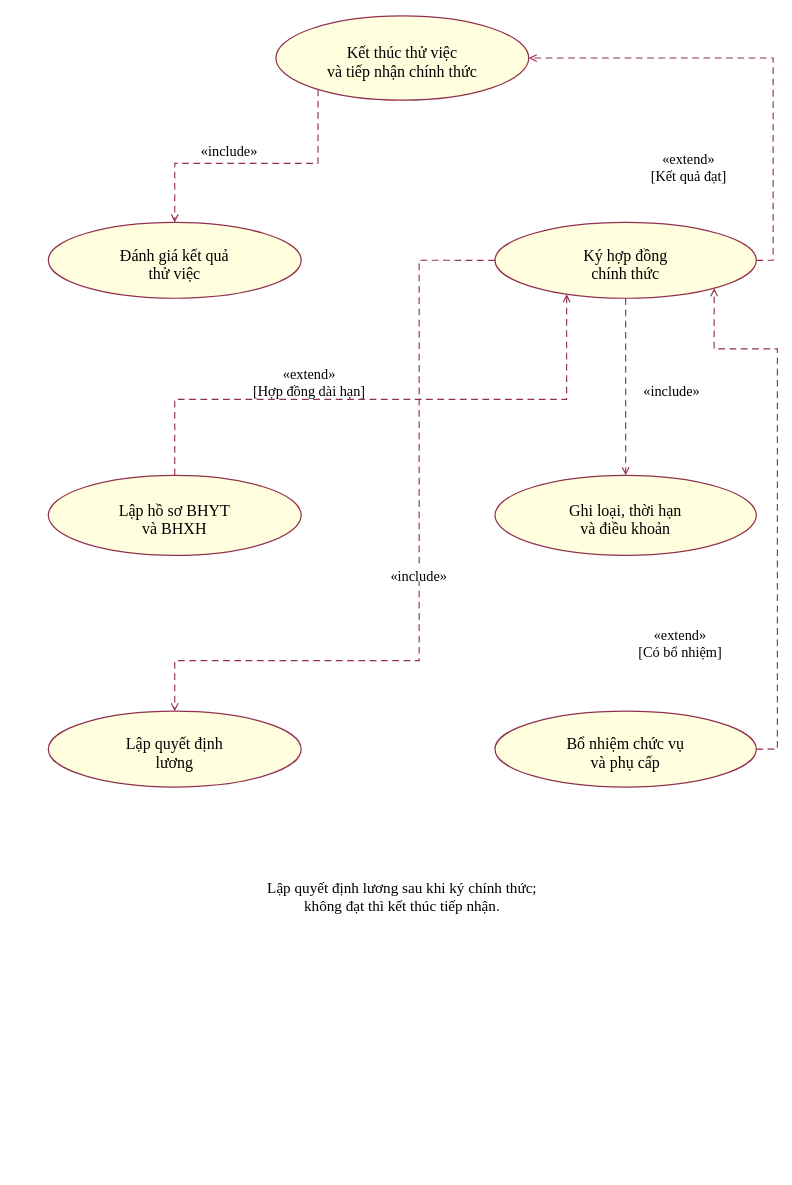
This is LAB7/UML/06_PhanRa_HopDong.drawio from kanishere55/LAB_AT_OOSD, a draw.io file, before an edit. Source tidied: cells renumbered, new cells numbered last; positions are measured from the earlier drawing's top-left corner, leaving out a move shared by most shapes. Both pictures are drawn from the tidied source at 94%, with x=0, y=0 at pixel (48, 15).
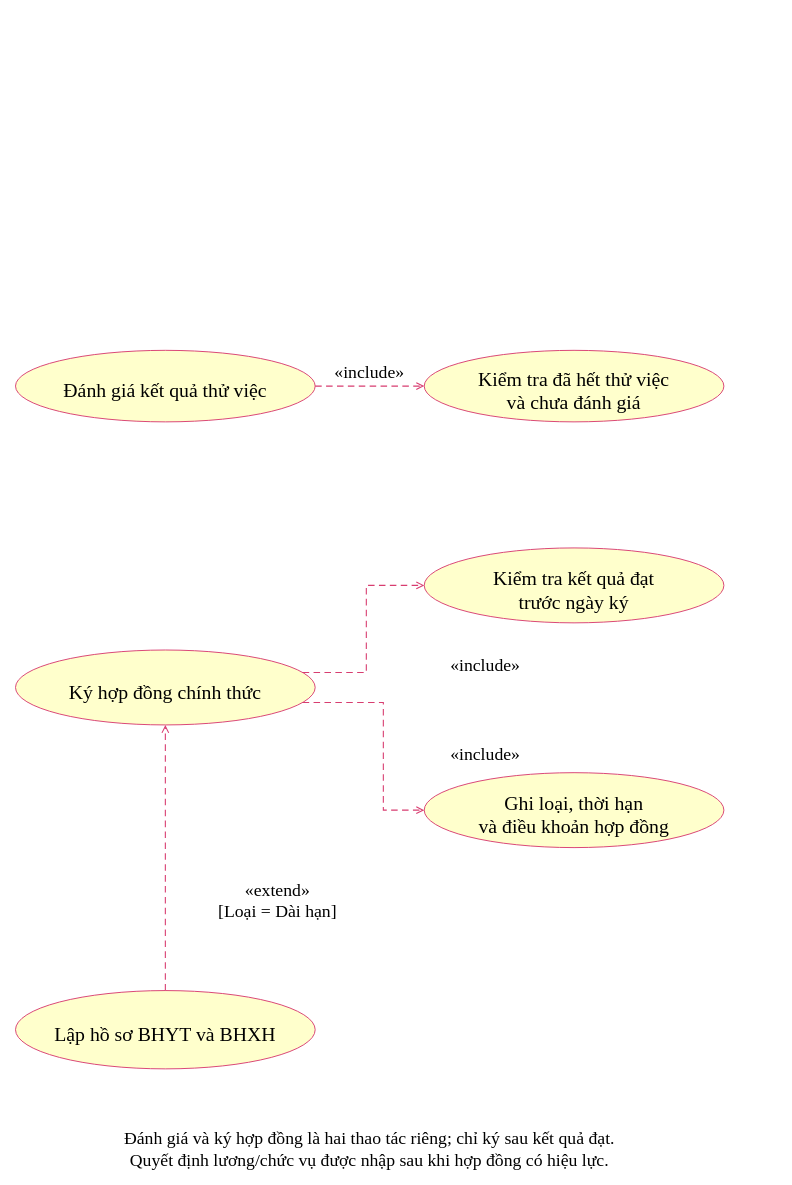
Above is the later version.

Diff of the diagram source:
```diff
@@
-    <mxCell id="2" style="html=0;fillColor=#ffffdf;strokeColor=#92314d;strokeWidth=1.3;fontFamily=Times New Roman;shape=ellipse;" parent="1" vertex="1">
-      <mxGeometry x="242" y="0.4" width="269" height="89.7" as="geometry" />
-    </mxCell>
+    <mxCell id="29" style="group;html=0;" parent="1" vertex="1">
+      <mxGeometry x="-35" y="356.2" width="318.8" height="76.1" as="geometry" />
+    </mxCell>
-    <mxCell id="3" value="Kết thúc thử việc&#10;và tiếp nhận chính thức" style="text;html=0;strokeColor=none;fillColor=none;fontFamily=Times New Roman;fontSize=17.036666666666665;fontStyle=0;align=center;verticalAlign=top;spacing=0;whiteSpace=nowrap;overflow=visible;" parent="1" vertex="1">
-      <mxGeometry x="263.2" y="25" width="226.6" height="41.6" as="geometry" />
+    <mxCell id="3" style="shape=ellipse;fillColor=#ffffcc;strokeColor=#d83d70;" parent="29" vertex="1">
+      <mxGeometry width="318.8" height="76.1" as="geometry" />
     </mxCell>
-    <mxCell id="4" style="html=0;fillColor=#ffffdf;strokeColor=#92314d;strokeWidth=1.3;fontFamily=Times New Roman;shape=ellipse;" parent="1" vertex="1">
-      <mxGeometry x="-0.1" y="220.1" width="269" height="80.7" as="geometry" />
-    </mxCell>
-    <mxCell id="5" value="Đánh giá kết quả&#10;thử việc" style="text;html=0;strokeColor=none;fillColor=none;fontFamily=Times New Roman;fontSize=17.036666666666665;fontStyle=0;align=center;verticalAlign=top;spacing=0;whiteSpace=nowrap;overflow=visible;" parent="1" vertex="1">
-      <mxGeometry x="54.5" y="240.2" width="159.8" height="41.6" as="geometry" />
+    <mxCell id="5" value="Đánh giá kết quả thử việc" style="text;html=0;strokeColor=none;fillColor=none;fontFamily=Times New Roman;fontColor=#000000;fontSize=21.012;fontStyle=0;align=center;verticalAlign=top;spacing=0;whiteSpace=nowrap;overflow=visible;" parent="29" vertex="1">
+      <mxGeometry x="49.5" y="25.6" width="219.9" height="28.4" as="geometry" />
     </mxCell>
-    <mxCell id="6" style="html=0;fillColor=#ffffdf;strokeColor=#92314d;strokeWidth=1.3;fontFamily=Times New Roman;shape=ellipse;" parent="1" vertex="1">
-      <mxGeometry x="475.1" y="220.1" width="278" height="80.7" as="geometry" />
-    </mxCell>
+    <mxCell id="30" style="group;html=0;" parent="1" vertex="1">
+      <mxGeometry x="399.8" y="356.2" width="318.8" height="76.1" as="geometry" />
+    </mxCell>
-    <mxCell id="7" value="Ký hợp đồng&#10;chính thức" style="text;html=0;strokeColor=none;fillColor=none;fontFamily=Times New Roman;fontSize=17.036666666666665;fontStyle=0;align=center;verticalAlign=top;spacing=0;whiteSpace=nowrap;overflow=visible;" parent="1" vertex="1">
-      <mxGeometry x="558" y="240.2" width="112.1" height="41.6" as="geometry" />
+    <mxCell id="7" style="shape=ellipse;fillColor=#ffffcc;strokeColor=#d83d70;" parent="30" vertex="1">
+      <mxGeometry width="318.8" height="76.1" as="geometry" />
     </mxCell>
-    <mxCell id="8" style="html=0;fillColor=#ffffdf;strokeColor=#92314d;strokeWidth=1.3;fontFamily=Times New Roman;shape=ellipse;" parent="1" vertex="1">
-      <mxGeometry x="-0.1" y="489.1" width="269" height="85.2" as="geometry" />
-    </mxCell>
-    <mxCell id="9" value="Lập hồ sơ BHYT&#10;và BHXH" style="text;html=0;strokeColor=none;fillColor=none;fontFamily=Times New Roman;fontSize=17.036666666666665;fontStyle=0;align=center;verticalAlign=top;spacing=0;whiteSpace=nowrap;overflow=visible;" parent="1" vertex="1">
-      <mxGeometry x="64" y="511.5" width="140.7" height="41.6" as="geometry" />
+    <mxCell id="9" value="Kiểm tra đã hết thử việc&#10;và chưa đánh giá" style="text;html=0;strokeColor=none;fillColor=none;fontFamily=Times New Roman;fontColor=#000000;fontSize=21.012;fontStyle=0;align=center;verticalAlign=top;spacing=0;whiteSpace=nowrap;overflow=visible;" parent="30" vertex="1">
+      <mxGeometry x="55.9" y="13.2" width="207" height="53.2" as="geometry" />
     </mxCell>
-    <mxCell id="10" style="html=0;fillColor=#ffffdf;strokeColor=#92314d;strokeWidth=1.3;fontFamily=Times New Roman;shape=ellipse;" parent="1" vertex="1">
-      <mxGeometry x="475.1" y="489.1" width="278" height="85.2" as="geometry" />
-    </mxCell>
+    <mxCell id="31" style="group;html=0;" parent="1" vertex="1">
+      <mxGeometry x="-35" y="675" width="318.8" height="79.7" as="geometry" />
+    </mxCell>
-    <mxCell id="11" value="Ghi loại, thời hạn&#10;và điều khoản" style="text;html=0;strokeColor=none;fillColor=none;fontFamily=Times New Roman;fontSize=17.036666666666665;fontStyle=0;align=center;verticalAlign=top;spacing=0;whiteSpace=nowrap;overflow=visible;" parent="1" vertex="1">
-      <mxGeometry x="524.6" y="511.5" width="178.9" height="41.6" as="geometry" />
+    <mxCell id="11" style="shape=ellipse;fillColor=#ffffcc;strokeColor=#d83d70;" parent="31" vertex="1">
+      <mxGeometry width="318.8" height="79.7" as="geometry" />
     </mxCell>
-    <mxCell id="12" style="html=0;fillColor=#ffffdf;strokeColor=#92314d;strokeWidth=1.3;fontFamily=Times New Roman;shape=ellipse;" parent="1" vertex="1">
-      <mxGeometry x="-0.1" y="740.1" width="269" height="80.7" as="geometry" />
-    </mxCell>
-    <mxCell id="13" value="Lập quyết định&#10;lương" style="text;html=0;strokeColor=none;fillColor=none;fontFamily=Times New Roman;fontSize=17.036666666666665;fontStyle=0;align=center;verticalAlign=top;spacing=0;whiteSpace=nowrap;overflow=visible;" parent="1" vertex="1">
-      <mxGeometry x="64" y="760.3" width="140.7" height="41.6" as="geometry" />
+    <mxCell id="13" value="Ký hợp đồng chính thức" style="text;html=0;strokeColor=none;fillColor=none;fontFamily=Times New Roman;fontColor=#000000;fontSize=21.012;fontStyle=0;align=center;verticalAlign=top;spacing=0;whiteSpace=nowrap;overflow=visible;" parent="31" vertex="1">
+      <mxGeometry x="55.1" y="27.5" width="208.7" height="28.4" as="geometry" />
     </mxCell>
-    <mxCell id="14" style="html=0;fillColor=#ffffdf;strokeColor=#92314d;strokeWidth=1.3;fontFamily=Times New Roman;shape=ellipse;" parent="1" vertex="1">
-      <mxGeometry x="475.1" y="740.1" width="278" height="80.7" as="geometry" />
-    </mxCell>
+    <mxCell id="32" style="group;html=0;" parent="1" vertex="1">
+      <mxGeometry x="399.8" y="566.4" width="318.8" height="79.7" as="geometry" />
+    </mxCell>
-    <mxCell id="15" value="Bổ nhiệm chức vụ&#10;và phụ cấp" style="text;html=0;strokeColor=none;fillColor=none;fontFamily=Times New Roman;fontSize=17.036666666666665;fontStyle=0;align=center;verticalAlign=top;spacing=0;whiteSpace=nowrap;overflow=visible;" parent="1" vertex="1">
-      <mxGeometry x="534.2" y="760.3" width="159.8" height="41.6" as="geometry" />
+    <mxCell id="15" style="shape=ellipse;fillColor=#ffffcc;strokeColor=#d83d70;" parent="32" vertex="1">
+      <mxGeometry width="318.8" height="79.7" as="geometry" />
     </mxCell>
-    <mxCell id="16" style="edgeStyle=none;noEdgeStyle=1;rounded=0;strokeColor=#92314d;strokeWidth=1.2;endArrow=open;endFill=0;startArrow=none;startFill=1;dashed=1;dashPattern=6 4;exitX=0.16666666666666666;exitY=0.8726779962499649;exitPerimeter=0;entryX=0.5;entryY=0.0;entryPerimeter=0;" parent="1" edge="1" source="2" target="4">
-      <mxGeometry relative="1" as="geometry">
-        <Array as="points">
-          <mxPoint x="286.8" y="157.3" />
-          <mxPoint x="134.4" y="157.3" />
-        </Array>
-      </mxGeometry>
+    <mxCell id="16" value="Kiểm tra kết quả đạt&#10;trước ngày ký" style="text;html=0;strokeColor=none;fillColor=none;fontFamily=Times New Roman;fontColor=#000000;fontSize=21.012;fontStyle=0;align=center;verticalAlign=top;spacing=0;whiteSpace=nowrap;overflow=visible;" parent="32" vertex="1">
+      <mxGeometry x="71.7" y="15.1" width="175.3" height="53.2" as="geometry" />
     </mxCell>
+    <mxCell id="33" style="group;html=0;" parent="1" vertex="1">
+      <mxGeometry x="399.8" y="805.5" width="318.8" height="79.7" as="geometry" />
+    </mxCell>
-    <mxCell id="17" value="«include»" style="text;html=0;strokeColor=none;fillColor=#ffffff;fontFamily=Times New Roman;fontSize=15.243333333333332;fontStyle=0;align=center;verticalAlign=top;spacing=0;whiteSpace=nowrap;overflow=visible;" parent="1" vertex="1">
-      <mxGeometry x="150.7" y="130.4" width="84" height="18.6" as="geometry" />
+    <mxCell id="17" style="shape=ellipse;fillColor=#ffffcc;strokeColor=#d83d70;" parent="33" vertex="1">
+      <mxGeometry width="318.8" height="79.7" as="geometry" />
     </mxCell>
-    <mxCell id="18" style="edgeStyle=none;noEdgeStyle=1;rounded=0;strokeColor=#92314d;strokeWidth=1.2;endArrow=open;endFill=0;startArrow=none;startFill=1;dashed=1;dashPattern=6 4;exitX=1.0;exitY=0.5;exitPerimeter=0;entryX=1.0;entryY=0.5;entryPerimeter=0;" parent="1" edge="1" source="6" target="2">
-      <mxGeometry relative="1" as="geometry">
-        <Array as="points">
-          <mxPoint x="771" y="260.4" />
-          <mxPoint x="771" y="45.2" />
-        </Array>
-      </mxGeometry>
+    <mxCell id="18" value="Ghi loại, thời hạn&#10;và điều khoản hợp đồng" style="text;html=0;strokeColor=none;fillColor=none;fontFamily=Times New Roman;fontColor=#000000;fontSize=21.012;fontStyle=0;align=center;verticalAlign=top;spacing=0;whiteSpace=nowrap;overflow=visible;" parent="33" vertex="1">
+      <mxGeometry x="56.2" y="15.1" width="206.5" height="53.2" as="geometry" />
     </mxCell>
+    <mxCell id="34" style="group;html=0;" parent="1" vertex="1">
+      <mxGeometry x="-35" y="1037.3" width="318.8" height="83.3" as="geometry" />
+    </mxCell>
-    <mxCell id="19" value="«extend»&#10;[Kết quả đạt]" style="text;html=0;strokeColor=none;fillColor=#ffffff;fontFamily=Times New Roman;fontSize=15.243333333333332;fontStyle=0;align=center;verticalAlign=top;spacing=0;whiteSpace=nowrap;overflow=visible;" parent="1" vertex="1">
-      <mxGeometry x="622.3" y="139.4" width="118.1" height="37.2" as="geometry" />
+    <mxCell id="19" style="shape=ellipse;fillColor=#ffffcc;strokeColor=#d83d70;" parent="34" vertex="1">
+      <mxGeometry width="318.8" height="83.3" as="geometry" />
     </mxCell>
-    <mxCell id="20" style="edgeStyle=none;noEdgeStyle=1;rounded=0;strokeColor=#92314d;strokeWidth=1.2;endArrow=open;endFill=0;startArrow=none;startFill=1;dashed=1;dashPattern=6 4;exitX=0.5;exitY=1.0;exitPerimeter=0;entryX=0.5;entryY=0.0;entryPerimeter=0;" parent="1" edge="1" source="6" target="10">
-      <mxGeometry relative="1" as="geometry" />
+    <mxCell id="20" value="Lập hồ sơ BHYT và BHXH" style="text;html=0;strokeColor=none;fillColor=none;fontFamily=Times New Roman;fontColor=#000000;fontSize=21.012;fontStyle=0;align=center;verticalAlign=top;spacing=0;whiteSpace=nowrap;overflow=visible;" parent="34" vertex="1">
+      <mxGeometry x="39.4" y="29.3" width="240" height="28.4" as="geometry" />
     </mxCell>
-    <mxCell id="21" value="«include»" style="text;html=0;strokeColor=none;fillColor=#ffffff;fontFamily=Times New Roman;fontSize=15.243333333333332;fontStyle=0;align=center;verticalAlign=top;spacing=0;whiteSpace=nowrap;overflow=visible;" parent="1" vertex="1">
-      <mxGeometry x="621.4" y="385.9" width="84" height="18.6" as="geometry" />
+    <mxCell id="21" style="edgeStyle=none;noEdgeStyle=1;rounded=0;jumpStyle=arc;jumpSize=6;strokeColor=#d83d70;strokeWidth=1.159;endArrow=open;endFill=0;startArrow=none;startFill=1;dashed=1;dashPattern=6 4;exitX=1.0;exitY=0.5;exitPerimeter=0;entryX=0.0;entryY=0.5;entryPerimeter=0;" parent="1" edge="1" source="29" target="30">
+      <mxGeometry relative="1" as="geometry" />
     </mxCell>
-    <mxCell id="22" style="edgeStyle=none;noEdgeStyle=1;rounded=0;strokeColor=#92314d;strokeWidth=1.2;endArrow=open;endFill=0;startArrow=none;startFill=1;dashed=1;dashPattern=6 4;exitX=0.5;exitY=0.0;exitPerimeter=0;entryX=0.27419354838709675;entryY=0.946106989869011;entryPerimeter=0;" parent="1" edge="1" source="8" target="6">
-      <mxGeometry relative="1" as="geometry">
-        <Array as="points">
-          <mxPoint x="134.4" y="408.4" />
-          <mxPoint x="551.3" y="408.4" />
-        </Array>
-      </mxGeometry>
+    <mxCell id="22" value="«include»" style="text;html=0;strokeColor=none;fillColor=#ffffff;fontFamily=Times New Roman;fontColor=#000000;fontSize=18.838;fontStyle=0;align=center;verticalAlign=top;spacing=0;whiteSpace=nowrap;overflow=visible;" parent="1" vertex="1">
+      <mxGeometry x="302.5" y="363.5" width="78.6" height="25.9" as="geometry" />
     </mxCell>
-    <mxCell id="23" value="«extend»&#10;[Hợp đồng dài hạn]" style="text;html=0;strokeColor=none;fillColor=#ffffff;fontFamily=Times New Roman;fontSize=15.243333333333332;fontStyle=0;align=center;verticalAlign=top;spacing=0;whiteSpace=nowrap;overflow=visible;" parent="1" vertex="1">
-      <mxGeometry x="197.4" y="368" width="160.8" height="37.2" as="geometry" />
+    <mxCell id="23" style="edgeStyle=none;noEdgeStyle=1;rounded=0;jumpStyle=arc;jumpSize=6;strokeColor=#d83d70;strokeWidth=1.159;endArrow=open;endFill=0;startArrow=none;startFill=1;dashed=1;dashPattern=6 4;exitX=0.958257569495584;exitY=0.3;exitPerimeter=0;entryX=0.0;entryY=0.5;entryPerimeter=0;" parent="1" edge="1" source="31" target="32">
+      <mxGeometry relative="1" as="geometry">
+        <Array as="points">
+          <mxPoint x="338.2" y="698.9" />
+          <mxPoint x="338.2" y="606.2" />
+        </Array>
+      </mxGeometry>
     </mxCell>
-    <mxCell id="24" style="edgeStyle=none;noEdgeStyle=1;rounded=0;strokeColor=#92314d;strokeWidth=1.2;endArrow=open;endFill=0;startArrow=none;startFill=1;dashed=1;dashPattern=6 4;exitX=0.0;exitY=0.5;exitPerimeter=0;entryX=0.5;entryY=0.0;entryPerimeter=0;" parent="1" edge="1" source="6" target="12">
-      <mxGeometry relative="1" as="geometry">
-        <Array as="points">
-          <mxPoint x="394.4" y="260.4" />
-          <mxPoint x="394.4" y="686.3" />
-          <mxPoint x="134.4" y="686.3" />
-        </Array>
-      </mxGeometry>
+    <mxCell id="24" value="«include»" style="text;html=0;strokeColor=none;fillColor=#ffffff;fontFamily=Times New Roman;fontColor=#000000;fontSize=18.838;fontStyle=0;align=center;verticalAlign=top;spacing=0;whiteSpace=nowrap;overflow=visible;" parent="1" vertex="1">
+      <mxGeometry x="425.7" y="675" width="78.6" height="25.9" as="geometry" />
     </mxCell>
-    <mxCell id="25" value="«include»" style="text;html=0;strokeColor=none;fillColor=#ffffff;fontFamily=Times New Roman;fontSize=15.243333333333332;fontStyle=0;align=center;verticalAlign=top;spacing=0;whiteSpace=nowrap;overflow=visible;" parent="1" vertex="1">
-      <mxGeometry x="352.4" y="583.2" width="84" height="18.6" as="geometry" />
+    <mxCell id="25" style="edgeStyle=none;noEdgeStyle=1;rounded=0;jumpStyle=arc;jumpSize=6;strokeColor=#d83d70;strokeWidth=1.159;endArrow=open;endFill=0;startArrow=none;startFill=1;dashed=1;dashPattern=6 4;exitX=0.958257569495584;exitY=0.7;exitPerimeter=0;entryX=0.0;entryY=0.5;entryPerimeter=0;" parent="1" edge="1" source="31" target="33">
+      <mxGeometry relative="1" as="geometry">
+        <Array as="points">
+          <mxPoint x="356.3" y="730.8" />
+          <mxPoint x="356.3" y="845.3" />
+        </Array>
+      </mxGeometry>
     </mxCell>
-    <mxCell id="26" style="edgeStyle=none;noEdgeStyle=1;rounded=0;strokeColor=#92314d;strokeWidth=1.2;endArrow=open;endFill=0;startArrow=none;startFill=1;dashed=1;dashPattern=6 4;exitX=1.0;exitY=0.5;exitPerimeter=0;entryX=0.8387096774193549;entryY=0.8677985242255286;entryPerimeter=0;" parent="1" edge="1" source="14" target="6">
-      <mxGeometry relative="1" as="geometry">
-        <Array as="points">
-          <mxPoint x="775.5" y="780.5" />
-          <mxPoint x="775.5" y="354.6" />
-          <mxPoint x="708.2" y="354.6" />
-        </Array>
-      </mxGeometry>
+    <mxCell id="26" value="«include»" style="text;html=0;strokeColor=none;fillColor=#ffffff;fontFamily=Times New Roman;fontColor=#000000;fontSize=18.838;fontStyle=0;align=center;verticalAlign=top;spacing=0;whiteSpace=nowrap;overflow=visible;" parent="1" vertex="1">
+      <mxGeometry x="425.7" y="769.2" width="78.6" height="25.9" as="geometry" />
     </mxCell>
-    <mxCell id="27" value="«extend»&#10;[Có bổ nhiệm]" style="text;html=0;strokeColor=none;fillColor=#ffffff;fontFamily=Times New Roman;fontSize=15.243333333333332;fontStyle=0;align=center;verticalAlign=top;spacing=0;whiteSpace=nowrap;overflow=visible;" parent="1" vertex="1">
-      <mxGeometry x="613.3" y="646" width="118.1" height="37.2" as="geometry" />
+    <mxCell id="27" style="edgeStyle=none;noEdgeStyle=1;rounded=0;jumpStyle=arc;jumpSize=6;strokeColor=#d83d70;strokeWidth=1.159;endArrow=open;endFill=0;startArrow=none;startFill=1;dashed=1;dashPattern=6 4;exitX=0.5;exitY=0.0;exitPerimeter=0;entryX=0.5;entryY=1.0;entryPerimeter=0;" parent="1" edge="1" source="34" target="31">
+      <mxGeometry relative="1" as="geometry" />
     </mxCell>
-    <mxCell id="28" value="Lập quyết định lương sau khi ký chính thức;&#10;không đạt thì kết thúc tiếp nhận." style="text;html=0;strokeColor=none;fillColor=none;fontFamily=Times New Roman;fontSize=16.14;fontStyle=0;align=center;verticalAlign=top;spacing=0;whiteSpace=nowrap;overflow=visible;" parent="1" vertex="1">
-      <mxGeometry x="178.6" y="914.1" width="395.8" height="39.4" as="geometry" />
+    <mxCell id="28" value="«extend»&#10;[Loại = Dài hạn]" style="text;html=0;strokeColor=none;fillColor=#ffffff;fontFamily=Times New Roman;fontColor=#000000;fontSize=18.838;fontStyle=0;align=center;verticalAlign=top;spacing=0;whiteSpace=nowrap;overflow=visible;" parent="1" vertex="1">
+      <mxGeometry x="178.6" y="914.1" width="130.8" height="48.1" as="geometry" />
     </mxCell>
+    <mxCell id="35" value="Đánh giá và ký hợp đồng là hai thao tác riêng; chỉ ký sau kết quả đạt.&#10;Quyết định lương/chức vụ được nhập sau khi hợp đồng có hiệu lực." style="text;html=0;strokeColor=none;fillColor=none;fontFamily=Times New Roman;fontColor=#000000;fontSize=18.838;fontStyle=0;align=center;verticalAlign=top;spacing=0;whiteSpace=nowrap;overflow=visible;" parent="1" vertex="1">
+      <mxGeometry x="78.7" y="1178.6" width="526.2" height="48.1" as="geometry" />
+    </mxCell>
```
